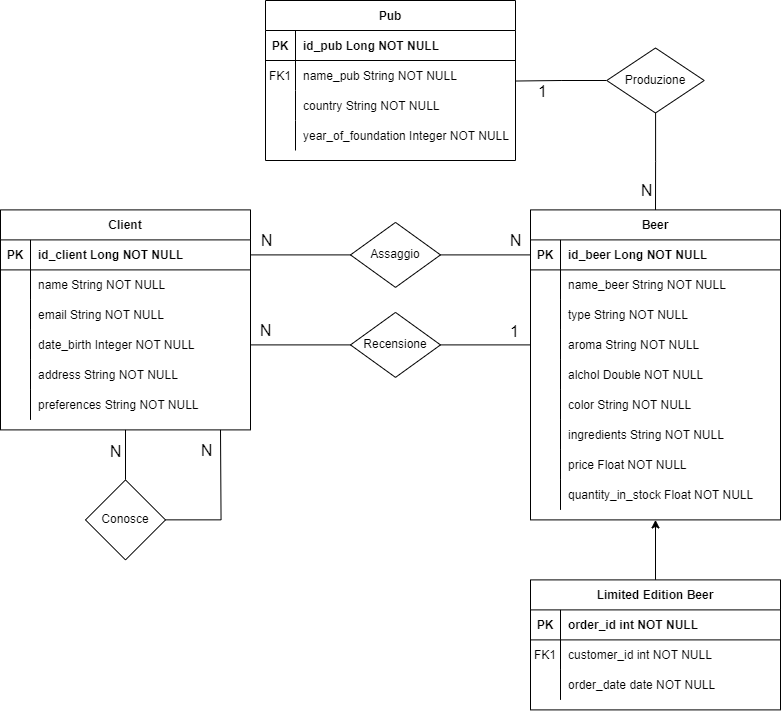
dami013/BeerConnect keeps this draw.io diagram as ER.png. Above is the earlier version. Source tidied: cells renumbered, new cells last; positions are measured from the earlier drawing's top-left corner, leaving out a move shared by most shapes.
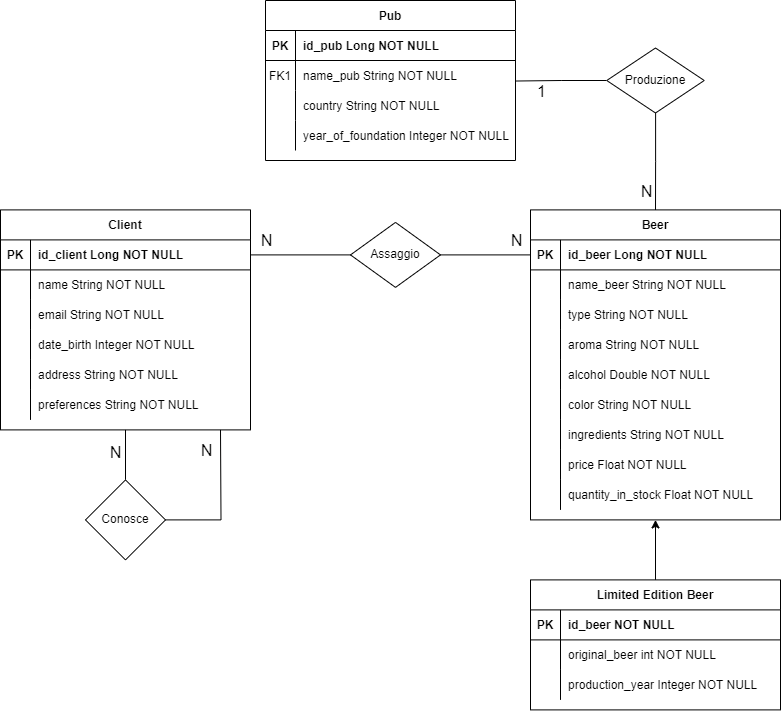
Later version of the same file.

What changed in the source:
```diff
@@ -47,7 +47,7 @@
     <mxCell id="16" style="shape=partialRectangle;overflow=hidden;fillColor=none;top=0;left=0;bottom=0;right=0;" parent="15" vertex="1">
       <mxGeometry width="30" height="30" as="geometry" />
     </mxCell>
-    <mxCell id="17" value="alchol Double NOT NULL" style="shape=partialRectangle;overflow=hidden;fillColor=none;top=0;left=0;bottom=0;right=0;align=left;spacingLeft=6;" parent="15" vertex="1">
+    <mxCell id="17" value="alcohol Double NOT NULL" style="shape=partialRectangle;overflow=hidden;fillColor=none;top=0;left=0;bottom=0;right=0;align=left;spacingLeft=6;" parent="15" vertex="1">
       <mxGeometry x="30" width="220" height="30" as="geometry" />
     </mxCell>
     <mxCell id="18" style="shape=partialRectangle;fillColor=none;top=0;left=0;right=0;bottom=0;" parent="2" vertex="1">
@@ -197,16 +197,16 @@
     <mxCell id="66" value="PK" style="shape=partialRectangle;overflow=hidden;fillColor=none;top=0;left=0;bottom=0;right=0;fontStyle=1;" parent="65" vertex="1">
       <mxGeometry width="30" height="30" as="geometry" />
     </mxCell>
-    <mxCell id="67" value="order_id int NOT NULL " style="shape=partialRectangle;overflow=hidden;fillColor=none;top=0;left=0;bottom=0;right=0;align=left;spacingLeft=6;fontStyle=1;" parent="65" vertex="1">
+    <mxCell id="67" value="id_beer NOT NULL " style="shape=partialRectangle;overflow=hidden;fillColor=none;top=0;left=0;bottom=0;right=0;align=left;spacingLeft=6;fontStyle=1;" parent="65" vertex="1">
       <mxGeometry x="30" width="220" height="30" as="geometry" />
     </mxCell>
     <mxCell id="68" style="shape=partialRectangle;fillColor=none;top=0;left=0;right=0;bottom=0;" parent="64" vertex="1">
       <mxGeometry y="60" width="250" height="30" as="geometry" />
     </mxCell>
-    <mxCell id="69" value="FK1" style="shape=partialRectangle;overflow=hidden;fillColor=none;top=0;left=0;bottom=0;right=0;" parent="68" vertex="1">
+    <mxCell id="69" style="shape=partialRectangle;overflow=hidden;fillColor=none;top=0;left=0;bottom=0;right=0;" parent="68" vertex="1">
       <mxGeometry width="30" height="30" as="geometry" />
     </mxCell>
-    <mxCell id="70" value="customer_id int NOT NULL" style="shape=partialRectangle;overflow=hidden;fillColor=none;top=0;left=0;bottom=0;right=0;align=left;spacingLeft=6;" parent="68" vertex="1">
+    <mxCell id="70" value="original_beer int NOT NULL" style="shape=partialRectangle;overflow=hidden;fillColor=none;top=0;left=0;bottom=0;right=0;align=left;spacingLeft=6;" parent="68" vertex="1">
       <mxGeometry x="30" width="220" height="30" as="geometry" />
     </mxCell>
     <mxCell id="71" style="shape=partialRectangle;fillColor=none;top=0;left=0;right=0;bottom=0;" parent="64" vertex="1">
@@ -215,7 +215,7 @@
     <mxCell id="72" style="shape=partialRectangle;overflow=hidden;fillColor=none;top=0;left=0;bottom=0;right=0;" parent="71" vertex="1">
       <mxGeometry width="30" height="30" as="geometry" />
     </mxCell>
-    <mxCell id="73" value="order_date date NOT NULL" style="shape=partialRectangle;overflow=hidden;fillColor=none;top=0;left=0;bottom=0;right=0;align=left;spacingLeft=6;" parent="71" vertex="1">
+    <mxCell id="73" value="production_year Integer NOT NULL" style="shape=partialRectangle;overflow=hidden;fillColor=none;top=0;left=0;bottom=0;right=0;align=left;spacingLeft=6;" parent="71" vertex="1">
       <mxGeometry x="30" width="220" height="30" as="geometry" />
     </mxCell>
     <mxCell id="74" style="edgeStyle=orthogonalEdgeStyle;rounded=0;jettySize=auto;html=1;entryX=1.001;entryY=0.684;entryDx=0;entryDy=0;entryPerimeter=0;endArrow=none;endFill=0;" parent="1" edge="1" source="78" target="34">
@@ -269,25 +269,6 @@
     <mxCell id="86" value="Conosce" style="rhombus;whiteSpace=wrap;html=1;" parent="1" vertex="1">
       <mxGeometry x="85" y="479.4" width="80" height="80" as="geometry" />
     </mxCell>
-    <mxCell id="87" style="edgeStyle=orthogonalEdgeStyle;rounded=0;jettySize=auto;html=1;entryX=1;entryY=0.5;entryDx=0;entryDy=0;endArrow=none;endFill=0;" parent="1" edge="1" source="90" target="54">
-      <mxGeometry relative="1" as="geometry" />
-    </mxCell>
-    <mxCell id="88" value="&lt;font style=&quot;font-size: 16px;&quot;&gt;N&lt;/font&gt;" style="edgeLabel;html=1;align=center;verticalAlign=middle;" parent="87" vertex="1">
-      <mxGeometry x="0.18" y="2" relative="1" as="geometry">
-        <mxPoint x="-26" y="-17" as="offset" />
-      </mxGeometry>
-    </mxCell>
-    <mxCell id="89" style="edgeStyle=orthogonalEdgeStyle;rounded=0;jettySize=auto;html=1;endArrow=none;endFill=0;" parent="1" edge="1" source="90" target="12">
-      <mxGeometry relative="1" as="geometry" />
-    </mxCell>
-    <mxCell id="90" value="Recensione" style="rhombus;whiteSpace=wrap;html=1;" parent="1" vertex="1">
-      <mxGeometry x="350" y="311.9" width="90" height="65" as="geometry" />
-    </mxCell>
-    <mxCell id="91" value="&lt;font style=&quot;font-size: 16px;&quot;&gt;1&lt;/font&gt;" style="edgeLabel;html=1;align=center;verticalAlign=middle;" parent="1" vertex="1">
-      <mxGeometry x="274.8" y="344.4" as="geometry">
-        <mxPoint x="239" y="-14" as="offset" />
-      </mxGeometry>
-    </mxCell>
     <mxCell id="92" value="&lt;font style=&quot;font-size: 16px;&quot;&gt;N&lt;/font&gt;" style="edgeLabel;html=1;align=center;verticalAlign=middle;" parent="1" vertex="1">
       <mxGeometry x="225" y="470" as="geometry">
         <mxPoint x="-110" y="-19" as="offset" />
```
